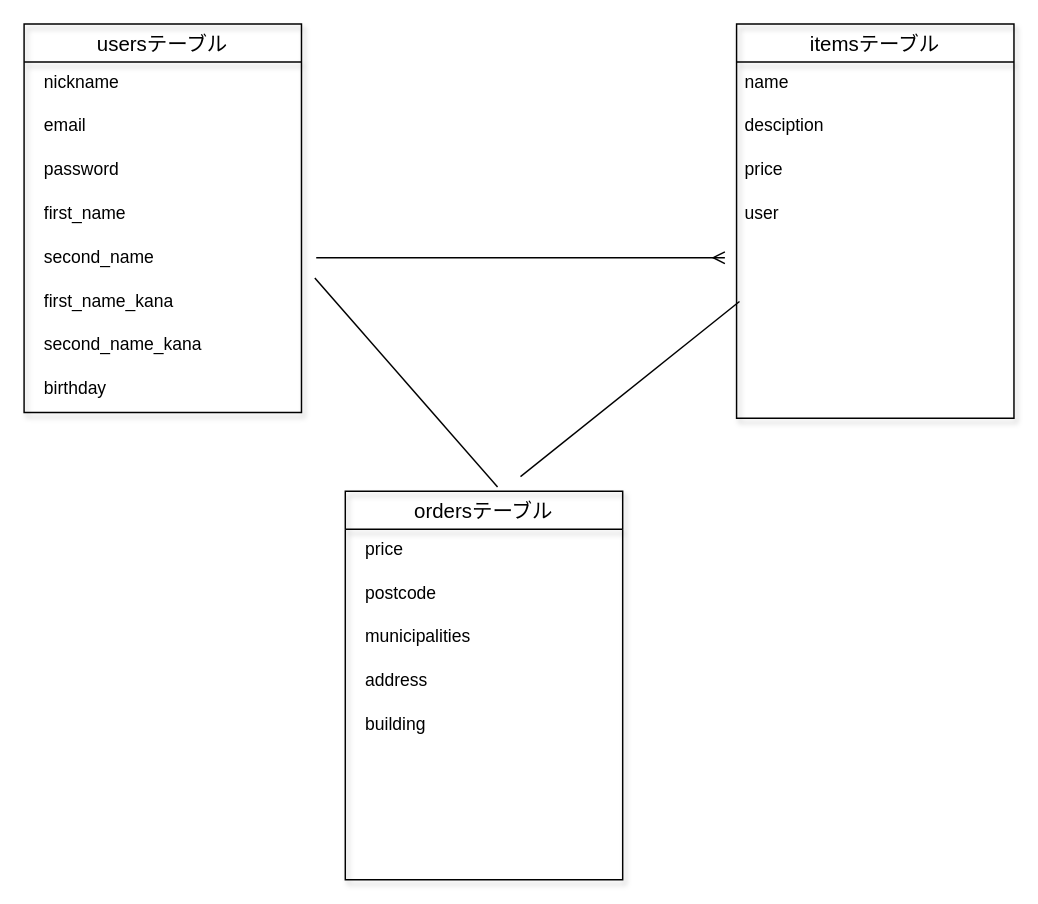
This is ER.dio from pamapama1/furima-37270, a draw.io file, before an edit. Source tidied: cells renumbered, new cells numbered last; positions are measured from the earlier drawing's top-left corner, leaving out a move shared by most shapes. Both pictures are drawn from the tidied source at 146%, with x=0, y=0 at pixel (23, 23).
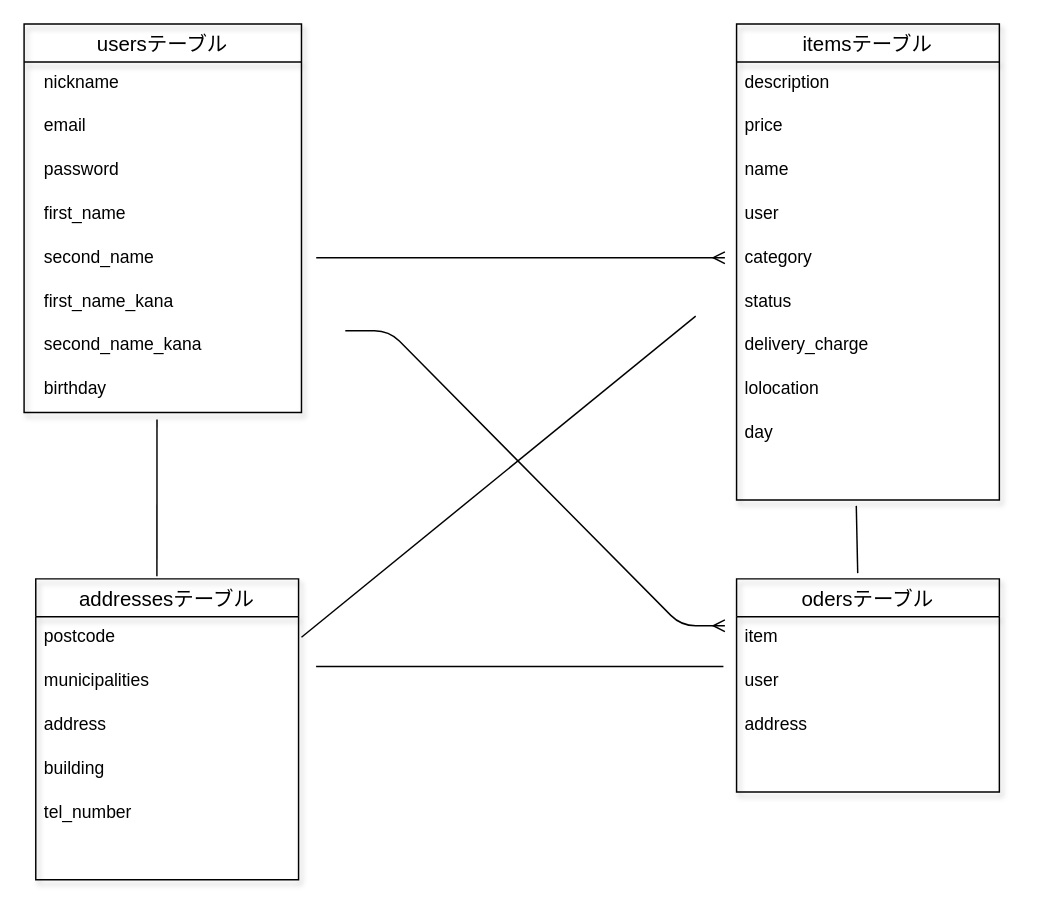
Above is the later version.

Unchanged cells that the change refers to:
```xml
<mxCell id="8" value="second_name" style="text;strokeColor=none;fillColor=none;spacingLeft=4;spacingRight=4;overflow=hidden;points=[[0,0.5],[1,0.5]];portConstraint=eastwest;fontSize=12;shadow=1;" parent="2" vertex="1">
  <mxGeometry x="8" y="146" width="190" height="30" as="geometry" />
</mxCell>
<mxCell id="9" value="first_name_kana" style="text;strokeColor=none;fillColor=none;spacingLeft=4;spacingRight=4;overflow=hidden;points=[[0,0.5],[1,0.5]];portConstraint=eastwest;fontSize=12;shadow=1;" parent="2" vertex="1">
  <mxGeometry x="8" y="176" width="190" height="30" as="geometry" />
</mxCell>
<mxCell id="11" value="birthday" style="text;strokeColor=none;fillColor=none;spacingLeft=4;spacingRight=4;overflow=hidden;points=[[0,0.5],[1,0.5]];portConstraint=eastwest;fontSize=12;shadow=1;" parent="2" vertex="1">
  <mxGeometry x="8" y="236" width="190" height="30" as="geometry" />
</mxCell>
```

Change to the diagram source:
```diff
@@
     <mxCell id="12" style="group;" parent="1" vertex="1">
-      <mxGeometry x="480" width="198" height="270" as="geometry" />
+      <mxGeometry x="480" width="198" height="296" as="geometry" />
     </mxCell>
+    <mxCell id="17" value="itemsテーブル" style="swimlane;fontStyle=0;horizontal=1;startSize=26;align=center;fontSize=14;shadow=1;strokeColor=default;fillColor=none;" parent="12" vertex="1">
+      <mxGeometry x="8" width="180" height="326" as="geometry" />
+    </mxCell>
+    <mxCell id="28" value="description" style="text;strokeColor=none;fillColor=none;spacingLeft=4;spacingRight=4;overflow=hidden;fontSize=12;shadow=1;" parent="17" vertex="1">
+      <mxGeometry y="26" width="180" height="30" as="geometry" />
+    </mxCell>
+    <mxCell id="29" value="price" style="text;strokeColor=none;fillColor=none;spacingLeft=4;spacingRight=4;overflow=hidden;fontSize=12;shadow=1;" parent="17" vertex="1">
+      <mxGeometry y="56" width="180" height="30" as="geometry" />
+    </mxCell>
-    <mxCell id="13" value="name" style="text;strokeColor=none;fillColor=none;spacingLeft=4;spacingRight=4;overflow=hidden;fontSize=12;shadow=1;" parent="12" vertex="1">
-      <mxGeometry x="8" y="26" width="190" height="30" as="geometry" />
+    <mxCell id="13" value="name" style="text;strokeColor=none;fillColor=none;spacingLeft=4;spacingRight=4;overflow=hidden;fontSize=12;shadow=1;" parent="17" vertex="1">
+      <mxGeometry y="86" width="180" height="30" as="geometry" />
     </mxCell>
-    <mxCell id="14" value="desciption" style="text;strokeColor=none;fillColor=none;spacingLeft=4;spacingRight=4;overflow=hidden;fontSize=12;shadow=1;" parent="12" vertex="1">
-      <mxGeometry x="8" y="56" width="190" height="30" as="geometry" />
-    </mxCell>
-    <mxCell id="15" value="price" style="text;strokeColor=none;fillColor=none;spacingLeft=4;spacingRight=4;overflow=hidden;fontSize=12;shadow=1;" parent="12" vertex="1">
-      <mxGeometry x="8" y="86" width="190" height="30" as="geometry" />
-    </mxCell>
-    <mxCell id="16" value="user" style="text;strokeColor=none;fillColor=none;spacingLeft=4;spacingRight=4;overflow=hidden;fontSize=12;shadow=1;" parent="12" vertex="1">
-      <mxGeometry x="8" y="116" width="190" height="30" as="geometry" />
-    </mxCell>
-    <mxCell id="17" value="itemsテーブル" style="swimlane;fontStyle=0;horizontal=1;startSize=26;align=center;fontSize=14;shadow=1;strokeColor=default;fillColor=none;" parent="12" vertex="1">
-      <mxGeometry x="8" width="190" height="270" as="geometry" />
-    </mxCell>
-    <mxCell id="18" style="group;" parent="1" vertex="1">
-      <mxGeometry x="220" y="320" width="198" height="266" as="geometry" />
-    </mxCell>
-    <mxCell id="19" value="ordersテーブル" style="swimlane;fontStyle=0;horizontal=1;startSize=26;align=center;fontSize=14;shadow=1;strokeColor=default;fillColor=none;" parent="18" vertex="1">
-      <mxGeometry width="190" height="266" as="geometry" />
-    </mxCell>
-    <mxCell id="20" value="price" style="text;strokeColor=none;fillColor=none;spacingLeft=4;spacingRight=4;overflow=hidden;fontSize=12;shadow=1;" parent="18" vertex="1">
-      <mxGeometry x="8" y="26" width="190" height="30" as="geometry" />
-    </mxCell>
+    <mxCell id="30" value="user" style="text;strokeColor=none;fillColor=none;spacingLeft=4;spacingRight=4;overflow=hidden;fontSize=12;shadow=1;" parent="17" vertex="1">
+      <mxGeometry y="116" width="180" height="30" as="geometry" />
+    </mxCell>
+    <mxCell id="31" value="category" style="text;strokeColor=none;fillColor=none;spacingLeft=4;spacingRight=4;overflow=hidden;fontSize=12;shadow=1;" parent="17" vertex="1">
+      <mxGeometry y="146" width="180" height="30" as="geometry" />
+    </mxCell>
+    <mxCell id="32" value="status" style="text;strokeColor=none;fillColor=none;spacingLeft=4;spacingRight=4;overflow=hidden;fontSize=12;shadow=1;" parent="17" vertex="1">
+      <mxGeometry y="176" width="180" height="30" as="geometry" />
+    </mxCell>
+    <mxCell id="33" value="delivery_charge" style="text;strokeColor=none;fillColor=none;spacingLeft=4;spacingRight=4;overflow=hidden;fontSize=12;shadow=1;" parent="17" vertex="1">
+      <mxGeometry y="206" width="180" height="30" as="geometry" />
+    </mxCell>
+    <mxCell id="34" value="lolocation" style="text;strokeColor=none;fillColor=none;spacingLeft=4;spacingRight=4;overflow=hidden;fontSize=12;shadow=1;" parent="17" vertex="1">
+      <mxGeometry y="236" width="180" height="30" as="geometry" />
+    </mxCell>
+    <mxCell id="35" value="day" style="text;strokeColor=none;fillColor=none;spacingLeft=4;spacingRight=4;overflow=hidden;fontSize=12;shadow=1;" parent="17" vertex="1">
+      <mxGeometry y="266" width="180" height="30" as="geometry" />
+    </mxCell>
+    <mxCell id="36" style="text;strokeColor=none;fillColor=none;spacingLeft=4;spacingRight=4;overflow=hidden;fontSize=12;shadow=1;" parent="17" vertex="1">
+      <mxGeometry y="296" width="180" height="30" as="geometry" />
+    </mxCell>
+    <mxCell id="25" style="edgeStyle=entityRelationEdgeStyle;fontSize=1;html=1;endArrow=ERmany;targetPerimeterSpacing=0;strokeWidth=1;exitX=1.011;exitY=0.467;exitDx=0;exitDy=0;exitPerimeter=0;" parent="1" edge="1" source="8">
+      <mxGeometry relative="1" as="geometry">
+        <mxPoint x="480" y="160" as="targetPoint" />
+      </mxGeometry>
+    </mxCell>
+    <mxCell id="37" style="group;" parent="1" vertex="1">
+      <mxGeometry x="480" y="380" width="198" height="296" as="geometry" />
+    </mxCell>
+    <mxCell id="38" value="odersテーブル" style="swimlane;fontStyle=0;horizontal=1;startSize=26;align=center;fontSize=14;shadow=1;strokeColor=default;fillColor=none;" parent="37" vertex="1">
+      <mxGeometry x="8" width="180" height="146" as="geometry" />
+    </mxCell>
+    <mxCell id="39" value="item" style="text;strokeColor=none;fillColor=none;spacingLeft=4;spacingRight=4;overflow=hidden;fontSize=12;shadow=1;" parent="38" vertex="1">
+      <mxGeometry y="26" width="180" height="30" as="geometry" />
+    </mxCell>
+    <mxCell id="40" value="user" style="text;strokeColor=none;fillColor=none;spacingLeft=4;spacingRight=4;overflow=hidden;fontSize=12;shadow=1;" parent="38" vertex="1">
+      <mxGeometry y="56" width="180" height="30" as="geometry" />
+    </mxCell>
+    <mxCell id="41" value="address" style="text;strokeColor=none;fillColor=none;spacingLeft=4;spacingRight=4;overflow=hidden;fontSize=12;shadow=1;" parent="38" vertex="1">
+      <mxGeometry y="86" width="180" height="30" as="geometry" />
+    </mxCell>
+    <mxCell id="42" style="text;strokeColor=none;fillColor=none;spacingLeft=4;spacingRight=4;overflow=hidden;fontSize=12;shadow=1;" parent="38" vertex="1">
+      <mxGeometry y="116" width="180" height="30" as="geometry" />
+    </mxCell>
+    <mxCell id="43" style="group;" parent="1" vertex="1">
+      <mxGeometry y="380" width="198" height="296" as="geometry" />
+    </mxCell>
+    <mxCell id="44" value="addressesテーブル" style="swimlane;fontStyle=0;horizontal=1;startSize=26;align=center;fontSize=14;shadow=1;strokeColor=default;fillColor=none;" parent="43" vertex="1">
+      <mxGeometry x="8" width="180" height="206" as="geometry" />
+    </mxCell>
-    <mxCell id="21" value="postcode" style="text;strokeColor=none;fillColor=none;spacingLeft=4;spacingRight=4;overflow=hidden;fontSize=12;shadow=1;" parent="18" vertex="1">
-      <mxGeometry x="8" y="56" width="190" height="30" as="geometry" />
+    <mxCell id="21" value="postcode" style="text;strokeColor=none;fillColor=none;spacingLeft=4;spacingRight=4;overflow=hidden;fontSize=12;shadow=1;" parent="44" vertex="1">
+      <mxGeometry y="26" width="180" height="30" as="geometry" />
     </mxCell>
-    <mxCell id="22" value="municipalities" style="text;strokeColor=none;fillColor=none;spacingLeft=4;spacingRight=4;overflow=hidden;fontSize=12;shadow=1;" parent="18" vertex="1">
-      <mxGeometry x="8" y="86" width="190" height="30" as="geometry" />
+    <mxCell id="22" value="municipalities" style="text;strokeColor=none;fillColor=none;spacingLeft=4;spacingRight=4;overflow=hidden;fontSize=12;shadow=1;" parent="44" vertex="1">
+      <mxGeometry y="56" width="180" height="30" as="geometry" />
     </mxCell>
-    <mxCell id="23" value="address" style="text;strokeColor=none;fillColor=none;spacingLeft=4;spacingRight=4;overflow=hidden;fontSize=12;shadow=1;" parent="18" vertex="1">
-      <mxGeometry x="8" y="116" width="190" height="30" as="geometry" />
-    </mxCell>
+    <mxCell id="45" value="address" style="text;strokeColor=none;fillColor=none;spacingLeft=4;spacingRight=4;overflow=hidden;fontSize=12;shadow=1;" parent="44" vertex="1">
+      <mxGeometry y="86" width="180" height="30" as="geometry" />
+    </mxCell>
-    <mxCell id="24" value="building" style="text;strokeColor=none;fillColor=none;spacingLeft=4;spacingRight=4;overflow=hidden;fontSize=12;shadow=1;" parent="18" vertex="1">
-      <mxGeometry x="8" y="146" width="190" height="30" as="geometry" />
+    <mxCell id="24" value="building" style="text;strokeColor=none;fillColor=none;spacingLeft=4;spacingRight=4;overflow=hidden;fontSize=12;shadow=1;" parent="44" vertex="1">
+      <mxGeometry y="116" width="180" height="30" as="geometry" />
     </mxCell>
-    <mxCell id="25" style="edgeStyle=entityRelationEdgeStyle;fontSize=1;html=1;endArrow=ERmany;targetPerimeterSpacing=0;strokeWidth=1;exitX=1.011;exitY=0.467;exitDx=0;exitDy=0;exitPerimeter=0;" parent="1" edge="1" source="8">
-      <mxGeometry relative="1" as="geometry">
-        <mxPoint x="480" y="160" as="targetPoint" />
-      </mxGeometry>
-    </mxCell>
-    <mxCell id="26" style="endArrow=none;html=1;fontSize=1;targetPerimeterSpacing=0;strokeWidth=1;" parent="1" edge="1">
-      <mxGeometry relative="1" as="geometry">
-        <mxPoint x="340" y="310" as="sourcePoint" />
-        <mxPoint x="490" y="190" as="targetPoint" />
-      </mxGeometry>
-    </mxCell>
-    <mxCell id="27" style="endArrow=none;html=1;fontSize=1;targetPerimeterSpacing=0;strokeWidth=1;exitX=1.006;exitY=-0.068;exitDx=0;exitDy=0;exitPerimeter=0;entryX=0.549;entryY=-0.011;entryDx=0;entryDy=0;entryPerimeter=0;" parent="1" edge="1" source="9" target="19">
-      <mxGeometry relative="1" as="geometry" />
-    </mxCell>
+    <mxCell id="46" value="tel_number" style="text;strokeColor=none;fillColor=none;spacingLeft=4;spacingRight=4;overflow=hidden;fontSize=12;shadow=1;" parent="44" vertex="1">
+      <mxGeometry y="146" width="180" height="30" as="geometry" />
+    </mxCell>
+    <mxCell id="47" style="text;strokeColor=none;fillColor=none;spacingLeft=4;spacingRight=4;overflow=hidden;fontSize=12;shadow=1;" parent="44" vertex="1">
+      <mxGeometry y="176" width="180" height="30" as="geometry" />
+    </mxCell>
+    <mxCell id="48" style="endArrow=none;html=1;fontSize=1;targetPerimeterSpacing=0;strokeWidth=1;entryX=0.437;entryY=1.16;entryDx=0;entryDy=0;entryPerimeter=0;exitX=0.461;exitY=-0.009;exitDx=0;exitDy=0;exitPerimeter=0;" parent="1" edge="1" source="44" target="11">
+      <mxGeometry relative="1" as="geometry" />
+    </mxCell>
+    <mxCell id="49" style="endArrow=none;html=1;fontSize=1;targetPerimeterSpacing=0;strokeWidth=1;entryX=0.437;entryY=1.16;entryDx=0;entryDy=0;entryPerimeter=0;" parent="1" edge="1">
+      <mxGeometry relative="1" as="geometry">
+        <mxPoint x="200" y="440" as="sourcePoint" />
+        <mxPoint x="479" y="440" as="targetPoint" />
+      </mxGeometry>
+    </mxCell>
+    <mxCell id="50" style="endArrow=none;html=1;fontSize=1;targetPerimeterSpacing=0;strokeWidth=1;exitX=0.461;exitY=-0.027;exitDx=0;exitDy=0;exitPerimeter=0;" parent="1" edge="1" source="38">
+      <mxGeometry relative="1" as="geometry">
+        <mxPoint x="570" y="330" as="targetPoint" />
+      </mxGeometry>
+    </mxCell>
+    <mxCell id="51" style="endArrow=none;html=1;fontSize=1;targetPerimeterSpacing=0;strokeWidth=1;" parent="1" edge="1">
+      <mxGeometry relative="1" as="geometry">
+        <mxPoint x="190" y="420" as="sourcePoint" />
+        <mxPoint x="460" y="200" as="targetPoint" />
+      </mxGeometry>
+    </mxCell>
+    <mxCell id="52" style="edgeStyle=entityRelationEdgeStyle;fontSize=1;html=1;endArrow=ERmany;targetPerimeterSpacing=0;strokeWidth=1;" parent="1" edge="1">
+      <mxGeometry relative="1" as="geometry">
+        <mxPoint x="220" y="210" as="sourcePoint" />
+        <mxPoint x="480" y="412.1" as="targetPoint" />
+      </mxGeometry>
+    </mxCell>
```
